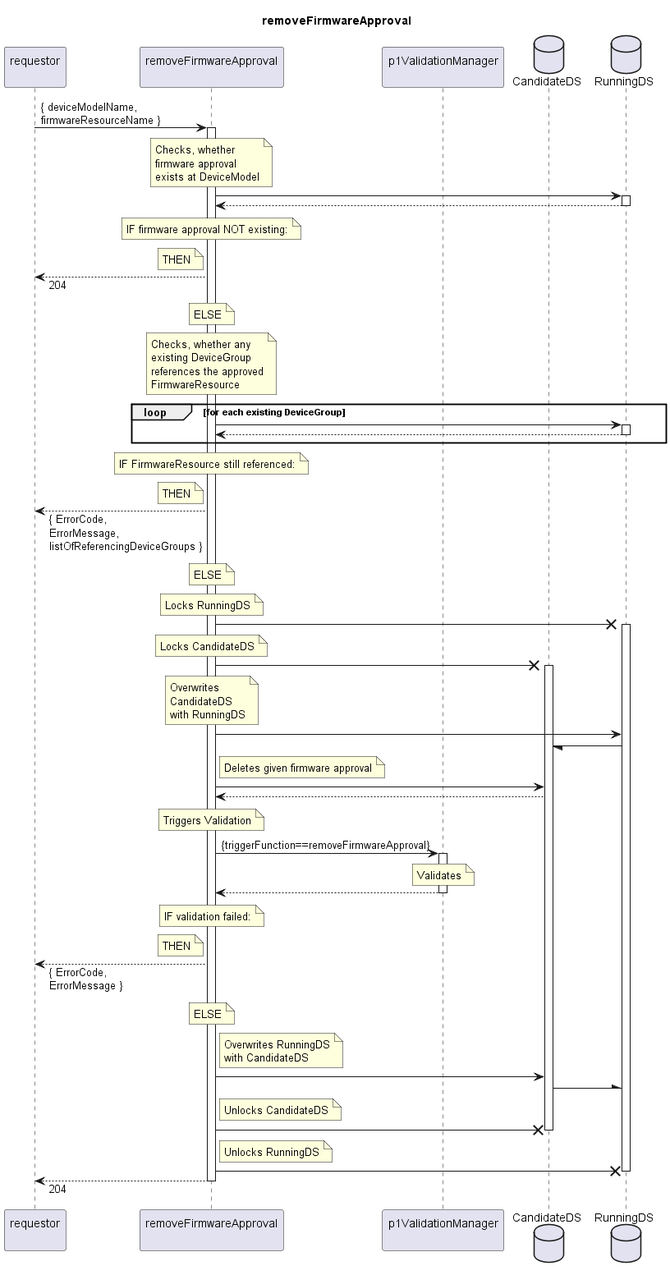
Earlier version of the PlantUML export spec/Services/removeFirmwareApproval/1.0.0/removeFirmwareApproval.png (openBackhaul/FirmWareManager). Source of this version:
```plantuml
@startuml removeFirmwareApproval
skinparam responseMessageBelowArrow true

title
  removeFirmwareApproval
end title

participant "requestor\n" as requestor
participant "removeFirmwareApproval\n" as removeAppro
participant "p1ValidationManager\n" as valiMan
database "CandidateDS" as CanDS
database "RunningDS" as RunDS

requestor -> removeAppro: { deviceModelName,\nfirmwareResourceName }
activate removeAppro

  note over removeAppro
    Checks, whether
    firmware approval
    exists at DeviceModel
  end note
  removeAppro -> RunDS
  activate RunDS
  removeAppro <-- RunDS
  deactivate RunDS
  note over removeAppro
    IF firmware approval NOT existing:
  end note
  note left removeAppro
    THEN
  end note
  requestor <-- removeAppro: 204
  note over removeAppro
    ELSE
  end note

  note over removeAppro
    Checks, whether any
    existing DeviceGroup
    references the approved
    FirmwareResource
  end note
  loop for each existing DeviceGroup
    removeAppro -> RunDS
    activate RunDS
    removeAppro <-- RunDS
    deactivate RunDS
  end loop
  note over removeAppro
    IF FirmwareResource still referenced:
  end note
  note left removeAppro
    THEN
  end note
  requestor <-- removeAppro: { ErrorCode,\nErrorMessage,\nlistOfReferencingDeviceGroups }
  note over removeAppro
    ELSE
  end note

  note over removeAppro
    Locks RunningDS
  end note
  removeAppro -X RunDS
  activate RunDS
  note over removeAppro
    Locks CandidateDS
  end note
  removeAppro -X CanDS
  activate CanDS
  note over removeAppro
    Overwrites
    CandidateDS
    with RunningDS
  end note
  removeAppro -> RunDS
  RunDS -/ CanDS

  note right removeAppro
    Deletes given firmware approval
  end note
  removeAppro -> CanDS
  removeAppro <-- CanDS

  note over removeAppro
    Triggers Validation
  end note
  removeAppro -> valiMan: {triggerFunction==removeFirmwareApproval}
  activate valiMan
    note over valiMan
      Validates
    end note
  removeAppro <-- valiMan
  deactivate valiMan
  note over removeAppro
    IF validation failed:
  end note
  note left removeAppro
    THEN
  end note
  requestor <-- removeAppro: { ErrorCode,\nErrorMessage }
  note over removeAppro
    ELSE
  end note

  note right removeAppro
    Overwrites RunningDS
    with CandidateDS
  end note
  removeAppro -> CanDS
  CanDS -\ RunDS
  note right removeAppro
    Unlocks CandidateDS
  end note
  removeAppro -X CanDS
  deactivate CanDS
  note right removeAppro
    Unlocks RunningDS
  end note
  removeAppro -X RunDS
  deactivate RunDS

  requestor <-- removeAppro: 204

deactivate removeAppro

@enduml
```
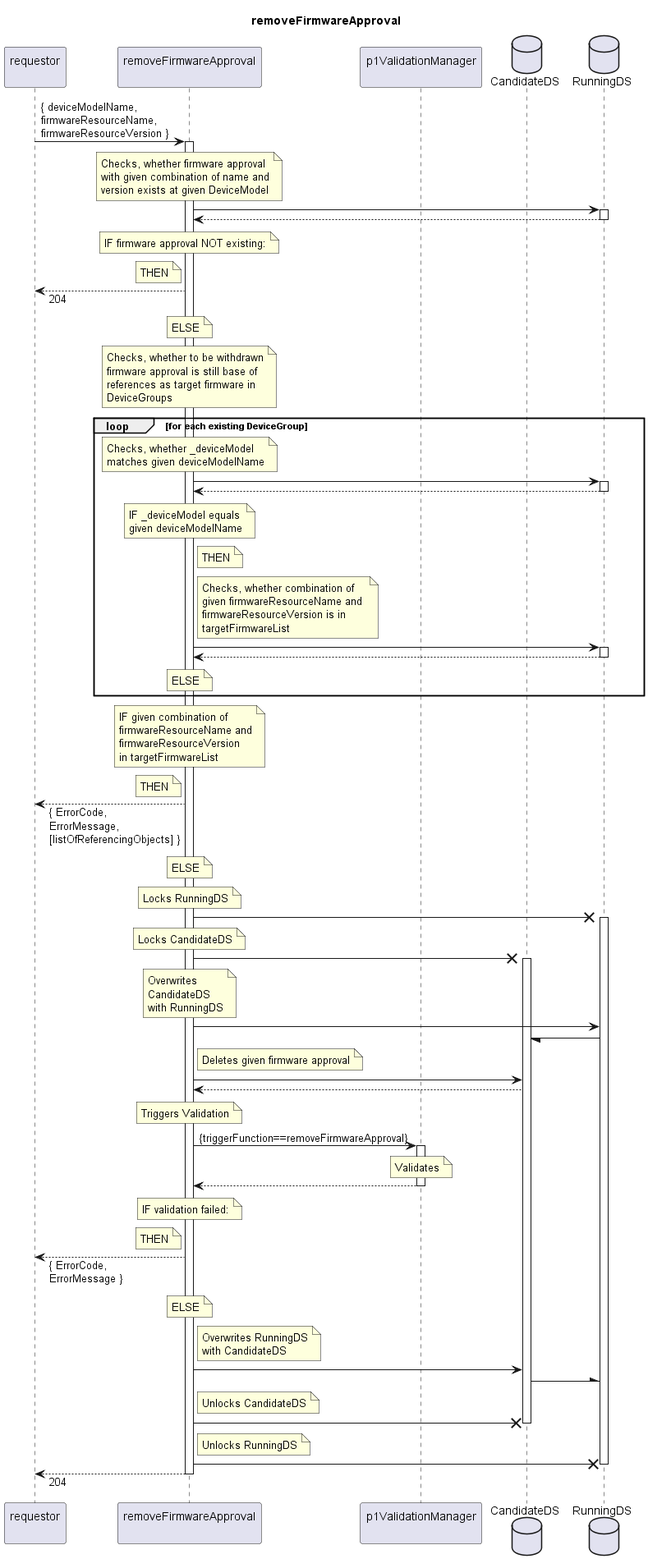
Later version of the same file.

What changed in the source:
```diff
@@ -11,13 +11,13 @@
 database "CandidateDS" as CanDS
 database "RunningDS" as RunDS
 
-requestor -> removeAppro: { deviceModelName,\nfirmwareResourceName }
+requestor -> removeAppro: { deviceModelName,\nfirmwareResourceName,\nfirmwareResourceVersion }
 activate removeAppro
 
   note over removeAppro
-    Checks, whether
-    firmware approval
-    exists at DeviceModel
+    Checks, whether firmware approval
+    with given combination of name and
+    version exists at given DeviceModel
   end note
   removeAppro -> RunDS
   activate RunDS
@@ -35,24 +35,51 @@
   end note
 
   note over removeAppro
-    Checks, whether any
-    existing DeviceGroup
-    references the approved
-    FirmwareResource
+    Checks, whether to be withdrawn
+    firmware approval is still base of
+    references as target firmware in
+    DeviceGroups
   end note
   loop for each existing DeviceGroup
+    note over removeAppro
+      Checks, whether _deviceModel
+      matches given deviceModelName
+    end note
     removeAppro -> RunDS
     activate RunDS
     removeAppro <-- RunDS
     deactivate RunDS
+      note over removeAppro
+        IF _deviceModel equals
+        given deviceModelName
+      end note
+      note right removeAppro
+        THEN
+      end note
+      note right removeAppro
+        Checks, whether combination of
+        given firmwareResourceName and
+        firmwareResourceVersion is in
+        targetFirmwareList
+      end note
+      removeAppro -> RunDS
+      activate RunDS
+      removeAppro <-- RunDS
+      deactivate RunDS
+      note over removeAppro
+        ELSE
+      end note
   end loop
   note over removeAppro
-    IF FirmwareResource still referenced:
+    IF given combination of
+    firmwareResourceName and
+    firmwareResourceVersion
+    in targetFirmwareList
   end note
   note left removeAppro
     THEN
   end note
-  requestor <-- removeAppro: { ErrorCode,\nErrorMessage,\nlistOfReferencingDeviceGroups }
+  requestor <-- removeAppro: { ErrorCode,\nErrorMessage,\n[listOfReferencingObjects] }
   note over removeAppro
     ELSE
   end note
```
